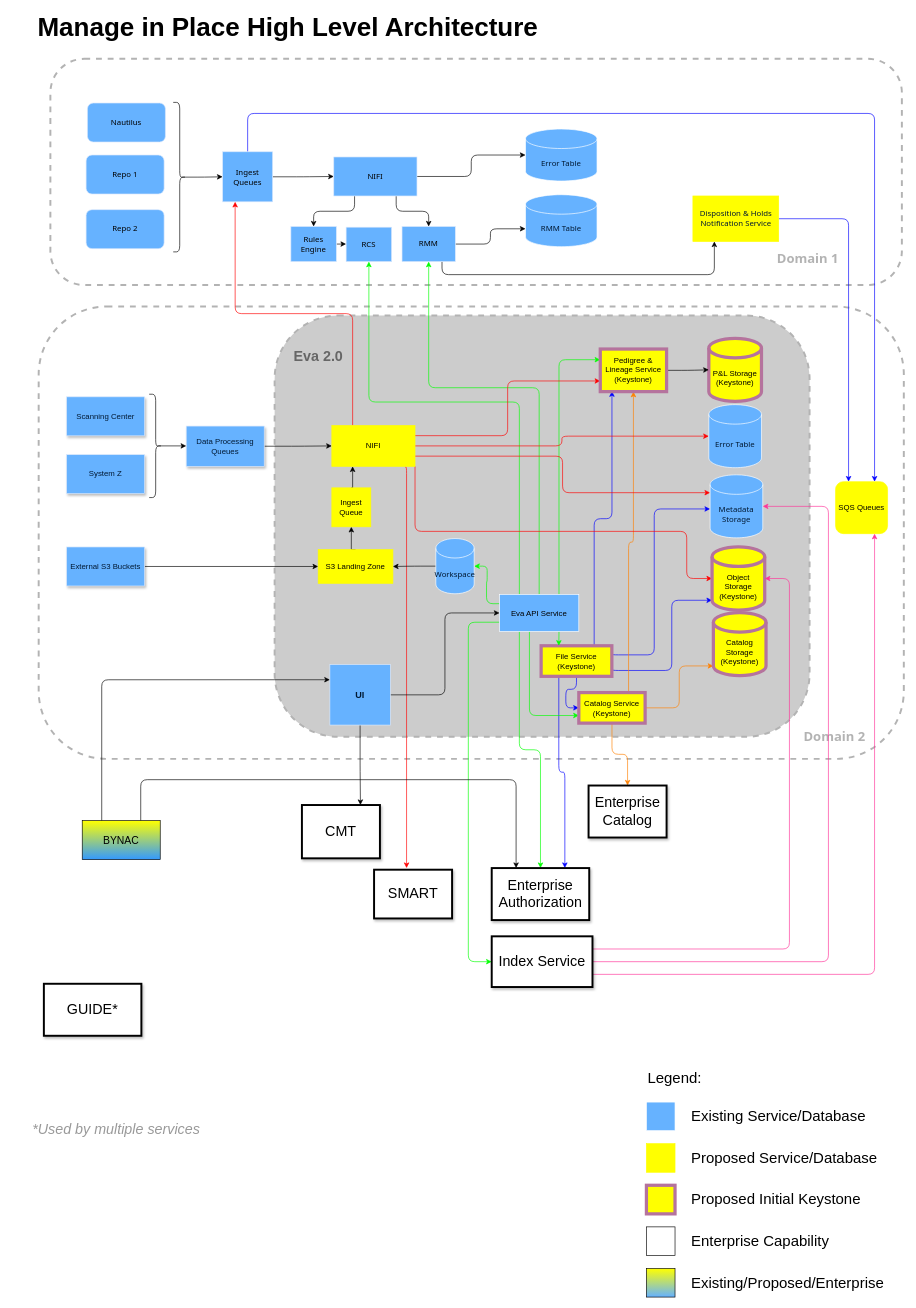
This is page "Eva 2.0 High Level" (1 of 8) of Drawings/Eva/Architecture/MainArchitecture.drawio from RMSLowside/rmslow, a draw.io file, before an edit. Source tidied: cells renumbered, new cells numbered last; positions are measured from the earlier drawing's top-left corner, leaving out a move shared by most shapes. Both pictures are drawn from the tidied source at 65%, with x=0, y=0 at pixel (11, 20).
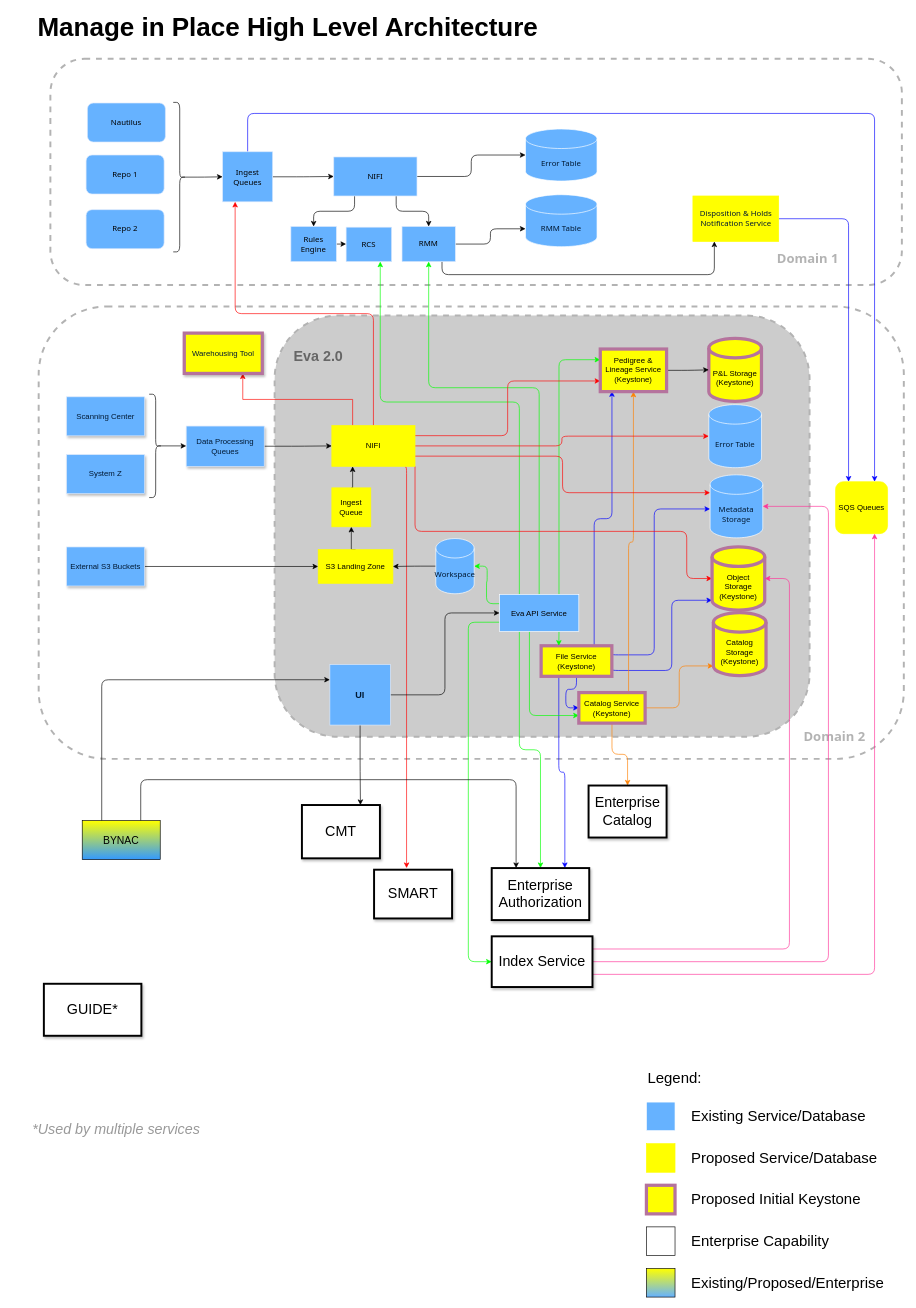
The same page after the edit.

The change refers to these unchanged cells:
```xml
<mxCell id="11" value="&lt;font color=&quot;#000000&quot;&gt;Ingest&lt;br style=&quot;font-size: 12px&quot;&gt;Queues&lt;/font&gt;" style="whiteSpace=wrap;html=1;fontSize=12;fontStyle=0;fontColor=#0000FF;fontFamily=Tahoma;strokeColor=#DAE8FC;fillColor=#66B2FF;" parent="1" vertex="1">
  <mxGeometry x="325" y="202" width="77" height="77" as="geometry" />
</mxCell>
<mxCell id="30" value="Eva API Service" style="rounded=0;whiteSpace=wrap;html=1;fillColor=#66B2FF;strokeColor=#FFFFFF;" parent="1" vertex="1">
  <mxGeometry x="751" y="883" width="122" height="57" as="geometry" />
</mxCell>
<mxCell id="37" value="RCS" style="rounded=0;whiteSpace=wrap;html=1;fontSize=12;fontStyle=0;fontFamily=Tahoma;strokeColor=#DAE8FC;fillColor=#66B2FF;" parent="1" vertex="1">
  <mxGeometry x="515" y="318" width="70" height="53" as="geometry" />
</mxCell>
<mxCell id="57" value="NIFI" style="rounded=0;whiteSpace=wrap;html=1;fillColor=#FFFF00;strokeColor=#FFFF00;fontColor=#000000;fontFamily=Helvetica;" parent="1" vertex="1">
  <mxGeometry x="493" y="623" width="128" height="63" as="geometry" />
</mxCell>
```

Change to the diagram source:
```diff
@@
-    <mxCell id="25" style="edgeStyle=orthogonalEdgeStyle;rounded=1;jettySize=auto;html=1;exitX=0.25;exitY=0;exitDx=0;exitDy=0;entryX=0.5;entryY=1;entryDx=0;entryDy=0;strokeColor=#00FF00;" parent="1" edge="1" source="30" target="37">
+    <mxCell id="25" style="edgeStyle=orthogonalEdgeStyle;rounded=1;jettySize=auto;html=1;exitX=0.25;exitY=0;exitDx=0;exitDy=0;entryX=0.75;entryY=1;entryDx=0;entryDy=0;strokeColor=#00FF00;" parent="1" edge="1" source="30" target="37">
       <mxGeometry relative="1" as="geometry">
         <Array as="points">
           <mxPoint x="782" y="587" />
-          <mxPoint x="550" y="587" />
+          <mxPoint x="568" y="587" />
+          <mxPoint x="568" y="371" />
         </Array>
       </mxGeometry>
     </mxCell>
@@
-    <mxCell id="51" style="edgeStyle=orthogonalEdgeStyle;rounded=1;jettySize=auto;html=1;exitX=0.25;exitY=0;exitDx=0;exitDy=0;entryX=0.25;entryY=1;entryDx=0;entryDy=0;strokeColor=#FF0000;" parent="1" edge="1" source="57" target="11">
+    <mxCell id="51" style="edgeStyle=orthogonalEdgeStyle;rounded=1;jettySize=auto;html=1;exitX=0.5;exitY=0;exitDx=0;exitDy=0;entryX=0.25;entryY=1;entryDx=0;entryDy=0;strokeColor=#FF0000;" parent="1" edge="1" source="57" target="11">
       <mxGeometry relative="1" as="geometry" />
     </mxCell>
@@
+    <mxCell id="107" style="edgeStyle=orthogonalEdgeStyle;rounded=0;jettySize=auto;html=1;exitX=0.25;exitY=0;exitDx=0;exitDy=0;entryX=0.75;entryY=1;entryDx=0;entryDy=0;strokeColor=#FF0800;" parent="1" edge="1" source="57" target="108">
+      <mxGeometry relative="1" as="geometry" />
+    </mxCell>
@@
-    <mxCell id="65" value="Object Storage&lt;br&gt;(Keystone)" style="shape=cylinder3;whiteSpace=wrap;html=1;boundedLbl=1;backgroundOutline=1;size=15;fontFamily=Helvetica;fontSize=12;fontColor=#000000;fillColor=#FFFF00;rounded=0;strokeColor=#B5739D;strokeWidth=5;" parent="1" vertex="1">
+    <mxCell id="65" value="Object Storage&lt;br&gt;(Keystone)" style="shape=cylinder3;whiteSpace=wrap;html=1;boundedLbl=1;backgroundOutline=1;size=15;fontFamily=Helvetica;fontSize=12;fontColor=#000000;rounded=0;strokeColor=#B5739D;strokeWidth=5;fillColor=#FFFF00;" parent="1" vertex="1">
       <mxGeometry x="1078" y="810" width="81" height="97" as="geometry" />
     </mxCell>
@@
+    <mxCell id="108" value="Warehousing Tool" style="rounded=0;whiteSpace=wrap;html=1;fontStyle=0;fontFamily=Helvetica;fontColor=#001933;shadow=1;fillColor=#FFFF00;strokeWidth=5;strokeColor=#B5739D;" parent="1" vertex="1">
+      <mxGeometry x="266" y="481" width="120" height="62" as="geometry" />
+    </mxCell>
```
